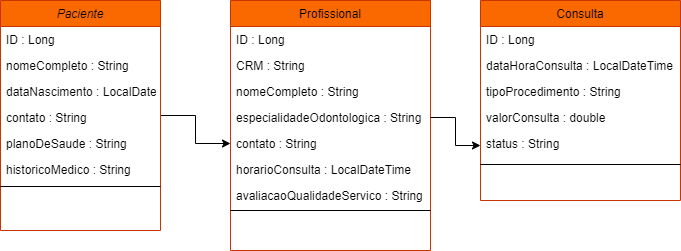
Above: DOCUMENTAÇÃO/Diagrama-Entidades_JAVA.png in gabrieltf1901/Odontoprev_JAVA (draw.io), before the change. Source tidied: cells renumbered, new cells last; positions are measured from the earlier drawing's top-left corner, leaving out a move shared by most shapes.
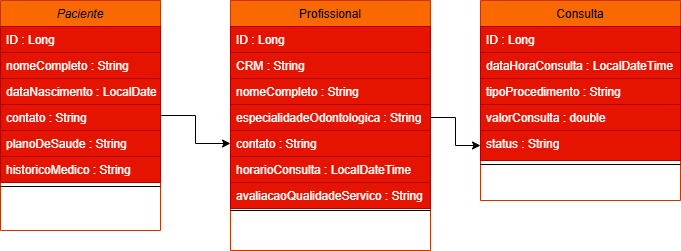
The same file after the commit.

The edit, as a diff of the source:
```diff
@@ -8,22 +8,22 @@
     <mxCell id="3" value="Paciente" style="swimlane;fontStyle=2;align=center;verticalAlign=top;horizontal=1;startSize=26;rounded=0;shadow=0;strokeWidth=1;fillColor=#fa6800;strokeColor=#C73500;fontColor=#000000;" parent="1" vertex="1">
       <mxGeometry width="160" height="230" as="geometry" />
     </mxCell>
-    <mxCell id="4" value="ID : Long" style="text;align=left;verticalAlign=top;spacingLeft=4;spacingRight=4;overflow=hidden;" parent="3" vertex="1">
+    <mxCell id="4" value="ID : Long" style="text;align=left;verticalAlign=top;spacingLeft=4;spacingRight=4;overflow=hidden;fillColor=#e51400;fontColor=#ffffff;strokeColor=#B20000;" parent="3" vertex="1">
       <mxGeometry y="26" width="160" height="26" as="geometry" />
     </mxCell>
-    <mxCell id="5" value="nomeCompleto : String" style="text;align=left;verticalAlign=top;spacingLeft=4;spacingRight=4;overflow=hidden;rounded=0;shadow=0;html=0;" parent="3" vertex="1">
+    <mxCell id="5" value="nomeCompleto : String" style="text;align=left;verticalAlign=top;spacingLeft=4;spacingRight=4;overflow=hidden;rounded=0;shadow=0;html=0;fillColor=#e51400;fontColor=#ffffff;strokeColor=#B20000;" parent="3" vertex="1">
       <mxGeometry y="52" width="160" height="26" as="geometry" />
     </mxCell>
-    <mxCell id="6" value="dataNascimento : LocalDate" style="text;align=left;verticalAlign=top;spacingLeft=4;spacingRight=4;overflow=hidden;rounded=0;shadow=0;html=0;" parent="3" vertex="1">
+    <mxCell id="6" value="dataNascimento : LocalDate" style="text;align=left;verticalAlign=top;spacingLeft=4;spacingRight=4;overflow=hidden;rounded=0;shadow=0;html=0;fillColor=#e51400;fontColor=#ffffff;strokeColor=#B20000;" parent="3" vertex="1">
       <mxGeometry y="78" width="160" height="26" as="geometry" />
     </mxCell>
-    <mxCell id="7" value="contato : String" style="text;align=left;verticalAlign=top;spacingLeft=4;spacingRight=4;overflow=hidden;rounded=0;shadow=0;html=0;" parent="3" vertex="1">
+    <mxCell id="7" value="contato : String" style="text;align=left;verticalAlign=top;spacingLeft=4;spacingRight=4;overflow=hidden;rounded=0;shadow=0;html=0;fillColor=#e51400;fontColor=#ffffff;strokeColor=#B20000;" parent="3" vertex="1">
       <mxGeometry y="104" width="160" height="26" as="geometry" />
     </mxCell>
-    <mxCell id="8" value="planoDeSaude : String" style="text;align=left;verticalAlign=top;spacingLeft=4;spacingRight=4;overflow=hidden;rounded=0;shadow=0;html=0;" parent="3" vertex="1">
+    <mxCell id="8" value="planoDeSaude : String" style="text;align=left;verticalAlign=top;spacingLeft=4;spacingRight=4;overflow=hidden;rounded=0;shadow=0;html=0;fillColor=#e51400;fontColor=#ffffff;strokeColor=#B20000;" parent="3" vertex="1">
       <mxGeometry y="130" width="160" height="26" as="geometry" />
     </mxCell>
-    <mxCell id="9" value="historicoMedico : String" style="text;align=left;verticalAlign=top;spacingLeft=4;spacingRight=4;overflow=hidden;rounded=0;shadow=0;html=0;" parent="3" vertex="1">
+    <mxCell id="9" value="historicoMedico : String" style="text;align=left;verticalAlign=top;spacingLeft=4;spacingRight=4;overflow=hidden;rounded=0;shadow=0;html=0;fillColor=#e51400;fontColor=#ffffff;strokeColor=#B20000;" parent="3" vertex="1">
       <mxGeometry y="156" width="160" height="26" as="geometry" />
     </mxCell>
     <mxCell id="10" style="line;html=1;strokeWidth=1;align=left;verticalAlign=middle;spacingTop=-1;spacingLeft=3;spacingRight=3;labelPosition=right;" parent="3" vertex="1">
@@ -32,19 +32,19 @@
     <mxCell id="11" value="Consulta" style="swimlane;fontStyle=0;align=center;verticalAlign=top;horizontal=1;startSize=26;rounded=0;shadow=0;strokeWidth=1;fillColor=#fa6800;fontColor=#000000;strokeColor=#C73500;" parent="1" vertex="1">
       <mxGeometry x="480" width="200" height="200" as="geometry" />
     </mxCell>
-    <mxCell id="12" value="ID : Long" style="text;align=left;verticalAlign=top;spacingLeft=4;spacingRight=4;overflow=hidden;" parent="11" vertex="1">
+    <mxCell id="12" value="ID : Long" style="text;align=left;verticalAlign=top;spacingLeft=4;spacingRight=4;overflow=hidden;fillColor=#e51400;fontColor=#ffffff;strokeColor=#B20000;" parent="11" vertex="1">
       <mxGeometry y="26" width="200" height="26" as="geometry" />
     </mxCell>
-    <mxCell id="13" value="dataHoraConsulta : LocalDateTime&#10;" style="text;align=left;verticalAlign=top;spacingLeft=4;spacingRight=4;overflow=hidden;rounded=0;shadow=0;html=0;" parent="11" vertex="1">
+    <mxCell id="13" value="dataHoraConsulta : LocalDateTime&#10;" style="text;align=left;verticalAlign=top;spacingLeft=4;spacingRight=4;overflow=hidden;rounded=0;shadow=0;html=0;fillColor=#e51400;fontColor=#ffffff;strokeColor=#B20000;" parent="11" vertex="1">
       <mxGeometry y="52" width="200" height="26" as="geometry" />
     </mxCell>
-    <mxCell id="14" value="tipoProcedimento : String" style="text;align=left;verticalAlign=top;spacingLeft=4;spacingRight=4;overflow=hidden;rounded=0;shadow=0;html=0;" parent="11" vertex="1">
+    <mxCell id="14" value="tipoProcedimento : String" style="text;align=left;verticalAlign=top;spacingLeft=4;spacingRight=4;overflow=hidden;rounded=0;shadow=0;html=0;fillColor=#e51400;fontColor=#ffffff;strokeColor=#B20000;" parent="11" vertex="1">
       <mxGeometry y="78" width="200" height="26" as="geometry" />
     </mxCell>
-    <mxCell id="15" value="valorConsulta : double" style="text;align=left;verticalAlign=top;spacingLeft=4;spacingRight=4;overflow=hidden;rounded=0;shadow=0;html=0;" parent="11" vertex="1">
+    <mxCell id="15" value="valorConsulta : double" style="text;align=left;verticalAlign=top;spacingLeft=4;spacingRight=4;overflow=hidden;rounded=0;shadow=0;html=0;fillColor=#e51400;fontColor=#ffffff;strokeColor=#B20000;" parent="11" vertex="1">
       <mxGeometry y="104" width="200" height="26" as="geometry" />
     </mxCell>
-    <mxCell id="16" value="status : String" style="text;align=left;verticalAlign=top;spacingLeft=4;spacingRight=4;overflow=hidden;points=[[0,0.5],[1,0.5]];portConstraint=eastwest;rounded=0;shadow=0;html=0;" parent="11" vertex="1">
+    <mxCell id="16" value="status : String" style="text;align=left;verticalAlign=top;spacingLeft=4;spacingRight=4;overflow=hidden;points=[[0,0.5],[1,0.5]];portConstraint=eastwest;rounded=0;shadow=0;html=0;fillColor=#e51400;fontColor=#ffffff;strokeColor=#B20000;" parent="11" vertex="1">
       <mxGeometry y="130" width="200" height="30" as="geometry" />
     </mxCell>
     <mxCell id="17" style="line;html=1;strokeWidth=1;align=left;verticalAlign=middle;spacingTop=-1;spacingLeft=3;spacingRight=3;labelPosition=right;" parent="11" vertex="1">
@@ -53,25 +53,25 @@
     <mxCell id="18" value="Profissional" style="swimlane;fontStyle=0;align=center;verticalAlign=top;horizontal=1;startSize=26;rounded=0;shadow=0;strokeWidth=1;fillColor=#fa6800;fontColor=#000000;strokeColor=#C73500;" parent="1" vertex="1">
       <mxGeometry x="230" width="200" height="250" as="geometry" />
     </mxCell>
-    <mxCell id="19" value="ID : Long" style="text;align=left;verticalAlign=top;spacingLeft=4;spacingRight=4;overflow=hidden;" parent="18" vertex="1">
+    <mxCell id="19" value="ID : Long" style="text;align=left;verticalAlign=top;spacingLeft=4;spacingRight=4;overflow=hidden;fillColor=#e51400;strokeColor=#B20000;fontColor=#ffffff;" parent="18" vertex="1">
       <mxGeometry y="26" width="200" height="26" as="geometry" />
     </mxCell>
-    <mxCell id="20" value="CRM : String" style="text;align=left;verticalAlign=top;spacingLeft=4;spacingRight=4;overflow=hidden;rounded=0;shadow=0;html=0;" parent="18" vertex="1">
+    <mxCell id="20" value="CRM : String" style="text;align=left;verticalAlign=top;spacingLeft=4;spacingRight=4;overflow=hidden;rounded=0;shadow=0;html=0;fillColor=#e51400;fontColor=#ffffff;strokeColor=#B20000;" parent="18" vertex="1">
       <mxGeometry y="52" width="200" height="26" as="geometry" />
     </mxCell>
-    <mxCell id="21" value="nomeCompleto : String" style="text;align=left;verticalAlign=top;spacingLeft=4;spacingRight=4;overflow=hidden;rounded=0;shadow=0;html=0;" parent="18" vertex="1">
+    <mxCell id="21" value="nomeCompleto : String" style="text;align=left;verticalAlign=top;spacingLeft=4;spacingRight=4;overflow=hidden;rounded=0;shadow=0;html=0;fillColor=#e51400;fontColor=#ffffff;strokeColor=#B20000;" parent="18" vertex="1">
       <mxGeometry y="78" width="200" height="26" as="geometry" />
     </mxCell>
-    <mxCell id="22" value="especialidadeOdontologica : String" style="text;align=left;verticalAlign=top;spacingLeft=4;spacingRight=4;overflow=hidden;points=[[0,0.5],[1,0.5]];portConstraint=eastwest;rounded=0;shadow=0;html=0;" parent="18" vertex="1">
+    <mxCell id="22" value="especialidadeOdontologica : String" style="text;align=left;verticalAlign=top;spacingLeft=4;spacingRight=4;overflow=hidden;points=[[0,0.5],[1,0.5]];portConstraint=eastwest;rounded=0;shadow=0;html=0;fillColor=#e51400;fontColor=#ffffff;strokeColor=#B20000;" parent="18" vertex="1">
       <mxGeometry y="104" width="200" height="26" as="geometry" />
     </mxCell>
-    <mxCell id="23" value="contato : String" style="text;align=left;verticalAlign=top;spacingLeft=4;spacingRight=4;overflow=hidden;points=[[0,0.5],[1,0.5]];portConstraint=eastwest;rounded=0;shadow=0;html=0;" parent="18" vertex="1">
+    <mxCell id="23" value="contato : String" style="text;align=left;verticalAlign=top;spacingLeft=4;spacingRight=4;overflow=hidden;points=[[0,0.5],[1,0.5]];portConstraint=eastwest;rounded=0;shadow=0;html=0;fillColor=#e51400;fontColor=#ffffff;strokeColor=#B20000;" parent="18" vertex="1">
       <mxGeometry y="130" width="200" height="26" as="geometry" />
     </mxCell>
-    <mxCell id="24" value="horarioConsulta : LocalDateTime" style="text;align=left;verticalAlign=top;spacingLeft=4;spacingRight=4;overflow=hidden;rounded=0;shadow=0;html=0;" parent="18" vertex="1">
+    <mxCell id="24" value="horarioConsulta : LocalDateTime" style="text;align=left;verticalAlign=top;spacingLeft=4;spacingRight=4;overflow=hidden;rounded=0;shadow=0;html=0;fillColor=#e51400;fontColor=#ffffff;strokeColor=#B20000;" parent="18" vertex="1">
       <mxGeometry y="156" width="200" height="26" as="geometry" />
     </mxCell>
-    <mxCell id="25" value="avaliacaoQualidadeServico : String" style="text;align=left;verticalAlign=top;spacingLeft=4;spacingRight=4;overflow=hidden;rounded=0;shadow=0;html=0;" parent="18" vertex="1">
+    <mxCell id="25" value="avaliacaoQualidadeServico : String" style="text;align=left;verticalAlign=top;spacingLeft=4;spacingRight=4;overflow=hidden;rounded=0;shadow=0;html=0;fillColor=#e51400;fontColor=#ffffff;strokeColor=#B20000;" parent="18" vertex="1">
       <mxGeometry y="182" width="200" height="26" as="geometry" />
     </mxCell>
     <mxCell id="26" style="line;html=1;strokeWidth=1;align=left;verticalAlign=middle;spacingTop=-1;spacingLeft=3;spacingRight=3;labelPosition=right;" parent="18" vertex="1">
```
